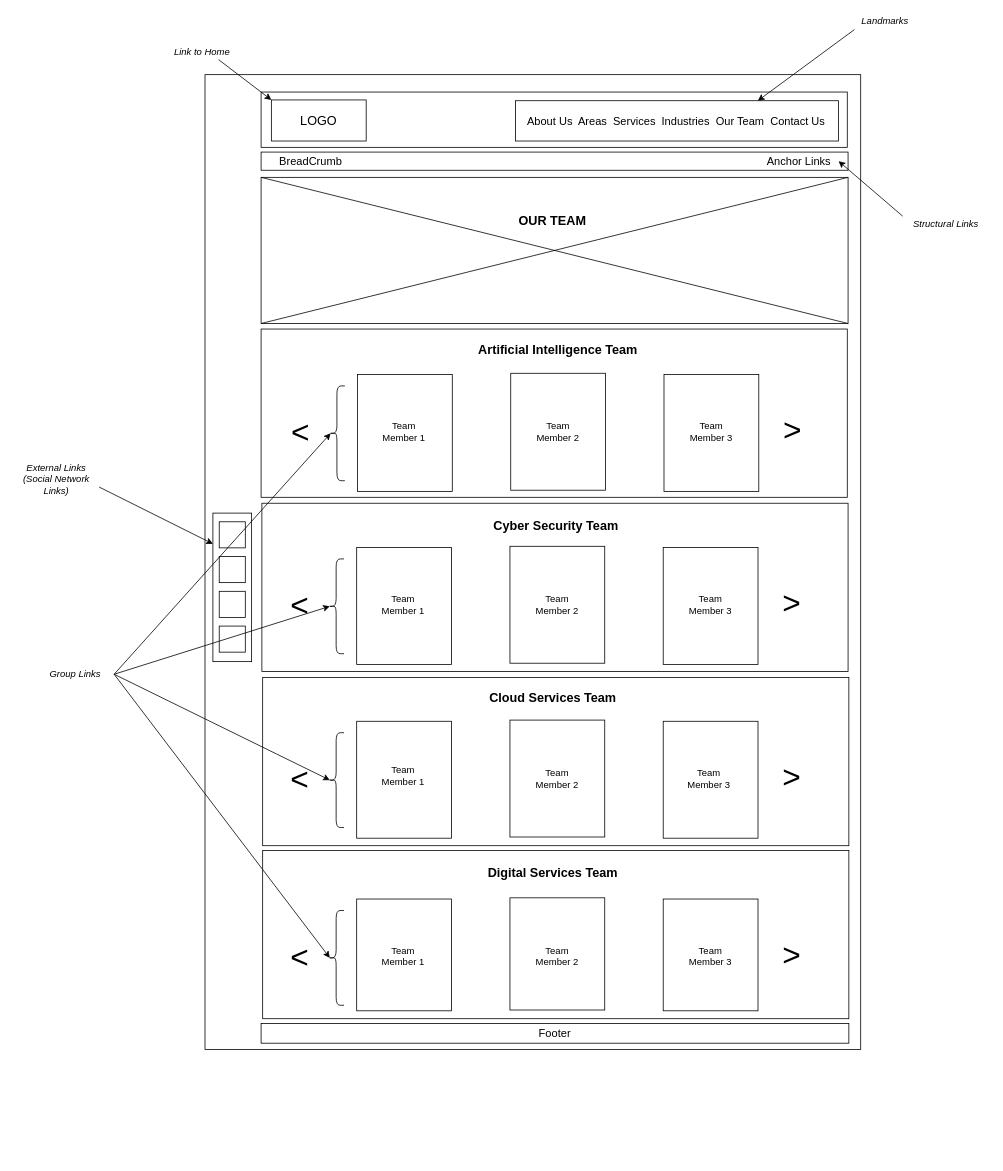
Before: Design Documents/Wireframes/Teams.drawio in manzomanze/HypermediaApplicationsProject-Manzella-Messuti-Pelagatti-Pellizzer, a draw.io diagram. Source tidied: cells renumbered, new cells numbered last; positions are measured from the earlier drawing's top-left corner, leaving out a move shared by most shapes. Both pictures are drawn from the tidied source at 79%, with x=0, y=0 at pixel (13, 13).
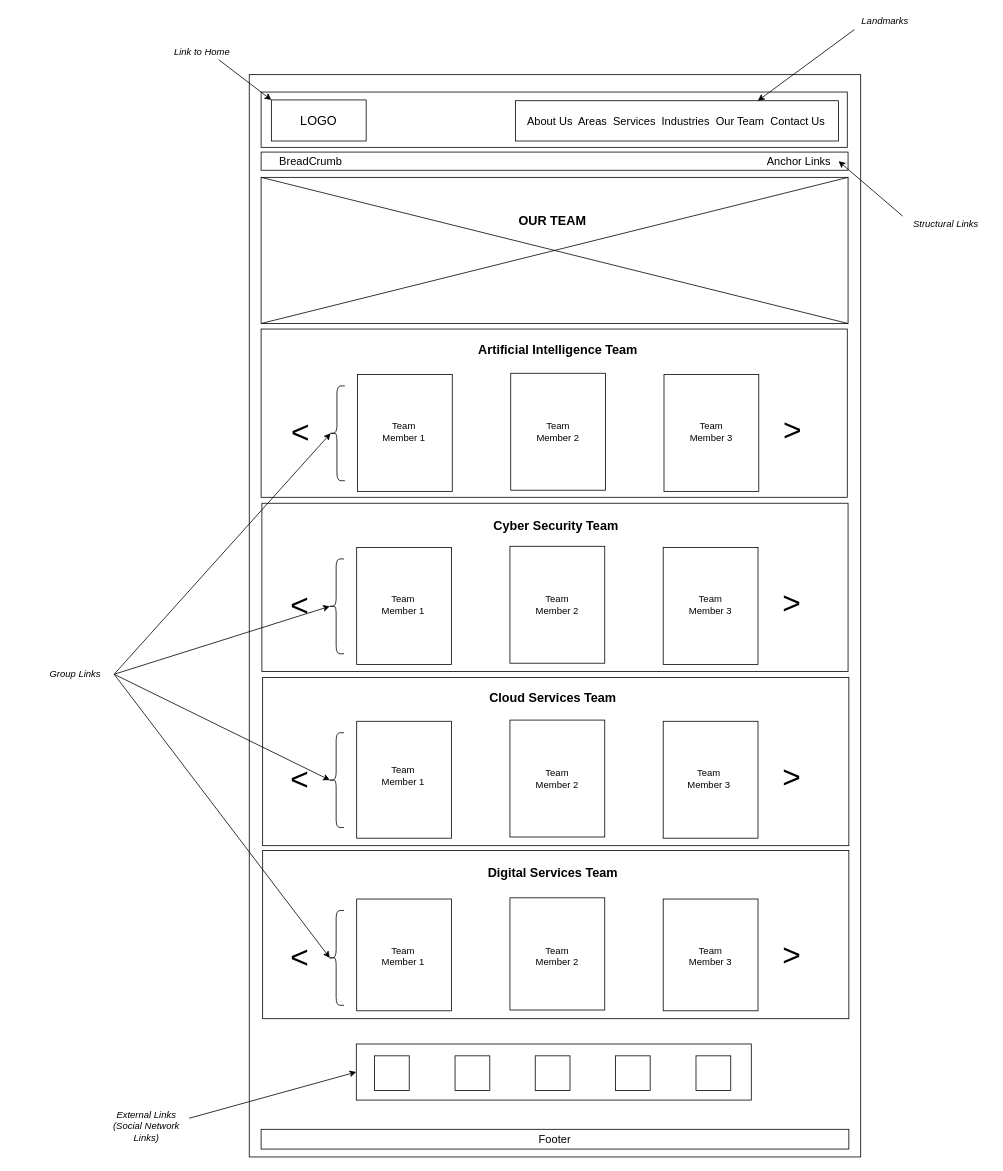
The same diagram, later.

Change to the diagram source:
```diff
@@
     <mxCell id="2" style="rounded=0;whiteSpace=wrap;html=1;fillColor=none;" parent="1" vertex="1">
-      <mxGeometry x="242" y="77" width="830" height="1234" as="geometry" />
+      <mxGeometry x="298" y="77" width="774" height="1370" as="geometry" />
     </mxCell>
@@
     <mxCell id="24" value="&lt;font style=&quot;font-size: 14px&quot;&gt;Footer&lt;/font&gt;" style="rounded=0;whiteSpace=wrap;html=1;strokeColor=#000000;fillColor=none;" parent="1" vertex="1">
-      <mxGeometry x="313" y="1278" width="744" height="25" as="geometry" />
+      <mxGeometry x="313" y="1412" width="744" height="25" as="geometry" />
     </mxCell>
-    <mxCell id="25" style="rounded=0;whiteSpace=wrap;html=1;strokeColor=#000000;fillColor=none;" parent="1" vertex="1">
-      <mxGeometry x="252" y="632" width="49" height="188" as="geometry" />
-    </mxCell>
-    <mxCell id="26" style="whiteSpace=wrap;html=1;strokeColor=#000000;fillColor=none;" parent="1" vertex="1">
-      <mxGeometry x="260" y="643" width="33" height="33" as="geometry" />
-    </mxCell>
-    <mxCell id="27" style="whiteSpace=wrap;html=1;strokeColor=#000000;fillColor=none;" parent="1" vertex="1">
-      <mxGeometry x="260" y="687" width="33" height="33" as="geometry" />
-    </mxCell>
-    <mxCell id="28" style="whiteSpace=wrap;html=1;strokeColor=#000000;fillColor=none;" parent="1" vertex="1">
-      <mxGeometry x="260" y="731" width="33" height="33" as="geometry" />
-    </mxCell>
-    <mxCell id="29" style="whiteSpace=wrap;html=1;strokeColor=#000000;fillColor=none;" parent="1" vertex="1">
-      <mxGeometry x="260" y="775" width="33" height="33" as="geometry" />
-    </mxCell>
-    <mxCell id="30" value="&lt;i&gt;External Links (Social Network Links)&lt;/i&gt;" style="text;html=1;strokeColor=none;fillColor=none;align=center;verticalAlign=middle;whiteSpace=wrap;rounded=0;" parent="1" vertex="1">
-      <mxGeometry y="579" width="108" height="20" as="geometry" />
-    </mxCell>
-    <mxCell id="31" style="endArrow=classic;html=1;entryX=0;entryY=0.207;entryDx=0;entryDy=0;entryPerimeter=0;exitX=1;exitY=1;exitDx=0;exitDy=0;" parent="1" edge="1" source="30" target="25">
-      <mxGeometry relative="1" as="geometry" />
-    </mxCell>
@@
+    <mxCell id="30" value="&lt;i&gt;External Links (Social Network Links)&lt;/i&gt;" style="text;html=1;strokeColor=none;fillColor=none;align=center;verticalAlign=middle;whiteSpace=wrap;rounded=0;" parent="1" vertex="1">
+      <mxGeometry x="114" y="1398" width="108" height="20" as="geometry" />
+    </mxCell>
+    <mxCell id="77" style="whiteSpace=wrap;html=1;" parent="1" vertex="1">
+      <mxGeometry x="456.5" y="1319" width="44" height="44" as="geometry" />
+    </mxCell>
+    <mxCell id="78" style="whiteSpace=wrap;html=1;" parent="1" vertex="1">
+      <mxGeometry x="660" y="1319" width="44" height="44" as="geometry" />
+    </mxCell>
+    <mxCell id="79" style="whiteSpace=wrap;html=1;" parent="1" vertex="1">
+      <mxGeometry x="761.5" y="1319" width="44" height="44" as="geometry" />
+    </mxCell>
+    <mxCell id="80" style="whiteSpace=wrap;html=1;" parent="1" vertex="1">
+      <mxGeometry x="558.5" y="1319" width="44" height="44" as="geometry" />
+    </mxCell>
+    <mxCell id="81" style="whiteSpace=wrap;html=1;" parent="1" vertex="1">
+      <mxGeometry x="863.5" y="1319" width="44" height="44" as="geometry" />
+    </mxCell>
+    <mxCell id="82" style="rounded=0;whiteSpace=wrap;html=1;fillColor=none;" parent="1" vertex="1">
+      <mxGeometry x="433.5" y="1304" width="500" height="71" as="geometry" />
+    </mxCell>
+    <mxCell id="83" style="endArrow=classic;html=1;exitX=1;exitY=0;exitDx=0;exitDy=0;entryX=0;entryY=0.5;entryDx=0;entryDy=0;" parent="1" edge="1" source="30" target="82">
+      <mxGeometry relative="1" as="geometry" />
+    </mxCell>
```
